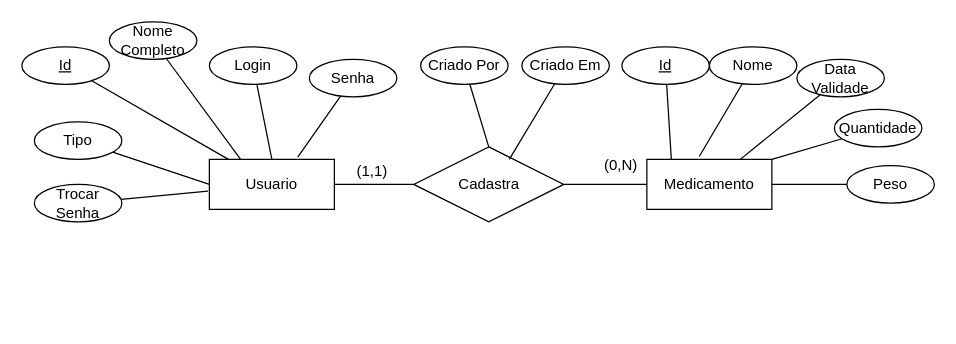
Above: documentacao/DiagramaBanco.drawio in MagnoBelloni/OrganizingToCare (draw.io), before the change. Source tidied: cells renumbered, new cells numbered last; positions are measured from the earlier drawing's top-left corner, leaving out a move shared by most shapes. Both pictures are drawn from the tidied source at 125%, with x=0, y=0 at pixel (21, 21).
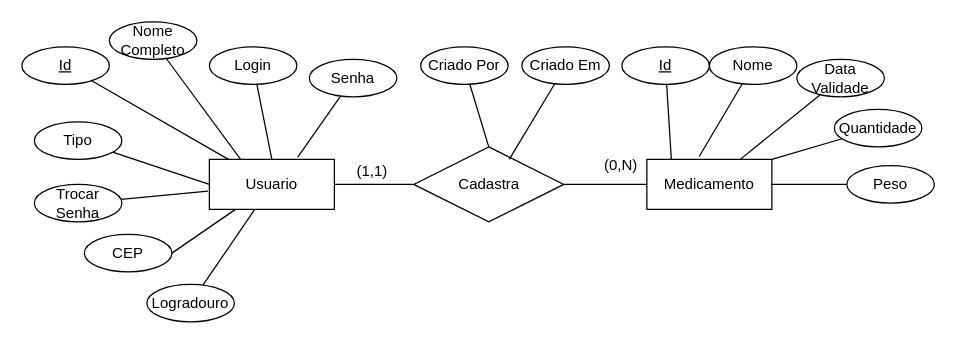
The same diagram, later.

The change refers to these unchanged cells:
```xml
<mxCell id="3" value="Usuario" style="whiteSpace=wrap;html=1;align=center;" parent="1" vertex="1">
  <mxGeometry x="150" y="110" width="100" height="40" as="geometry" />
</mxCell>
```

What changed in the source:
```diff
@@
+    <mxCell id="35" style="rounded=0;jettySize=auto;html=1;endArrow=none;endFill=0;entryX=1;entryY=0.5;entryDx=0;entryDy=0;" parent="1" edge="1" source="3" target="37">
+      <mxGeometry relative="1" as="geometry" />
+    </mxCell>
+    <mxCell id="36" style="edgeStyle=none;rounded=0;jettySize=auto;html=1;endArrow=none;endFill=0;" parent="1" edge="1" source="3" target="38">
+      <mxGeometry relative="1" as="geometry" />
+    </mxCell>
@@
+    <mxCell id="37" value="CEP" style="ellipse;whiteSpace=wrap;html=1;" parent="1" vertex="1">
+      <mxGeometry x="50" y="170" width="70" height="30" as="geometry" />
+    </mxCell>
+    <mxCell id="38" value="Logradouro" style="ellipse;whiteSpace=wrap;html=1;" parent="1" vertex="1">
+      <mxGeometry x="100" y="210" width="70" height="30" as="geometry" />
+    </mxCell>
```
